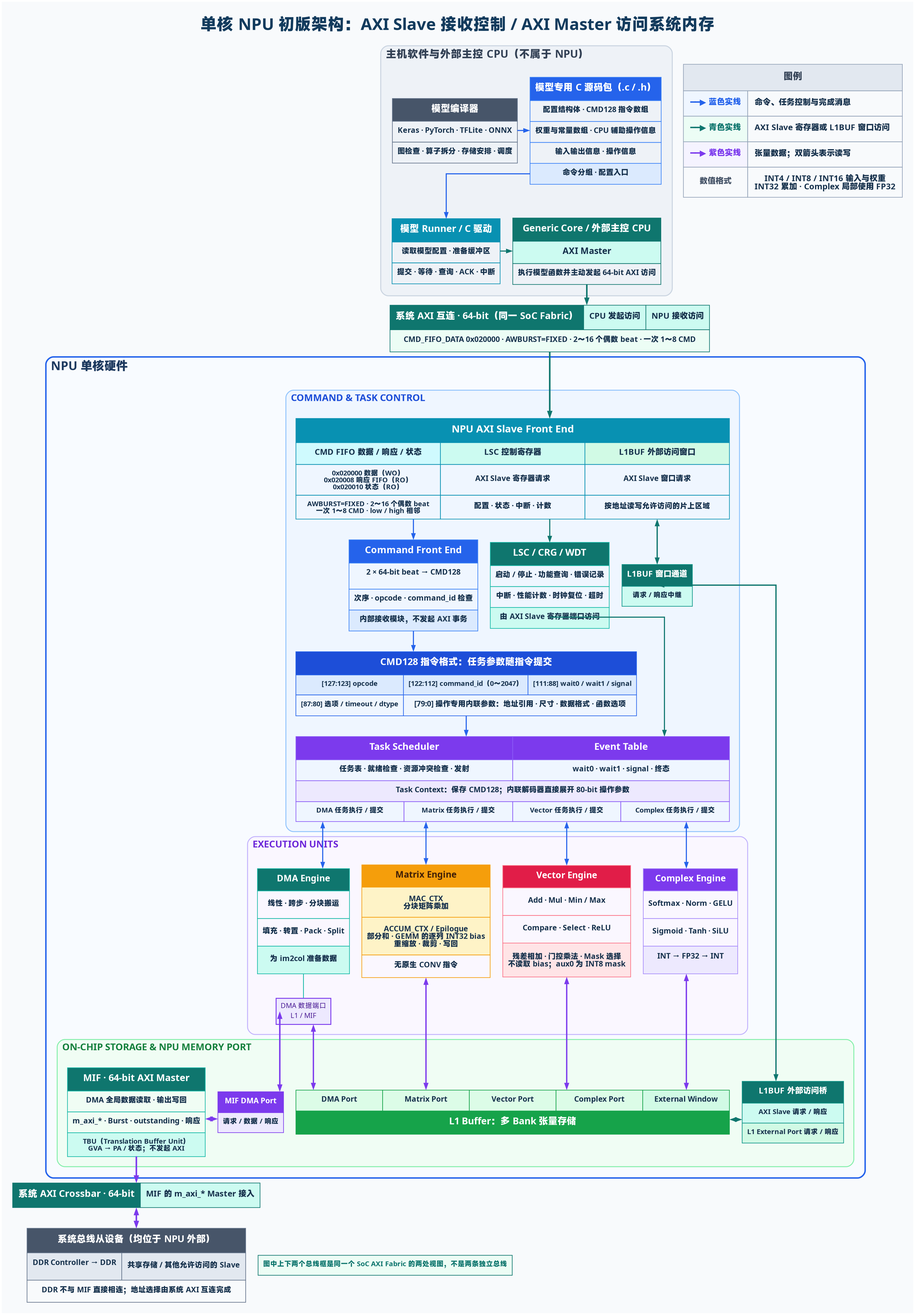
Little-W/Obsidian keeps this Graphviz diagram as NPU/assets/npu_single_core_architecture_ppt.png. Above is the earlier version. Its source is kept beside it as NPU/assets/npu_single_core_architecture_ppt.dot.
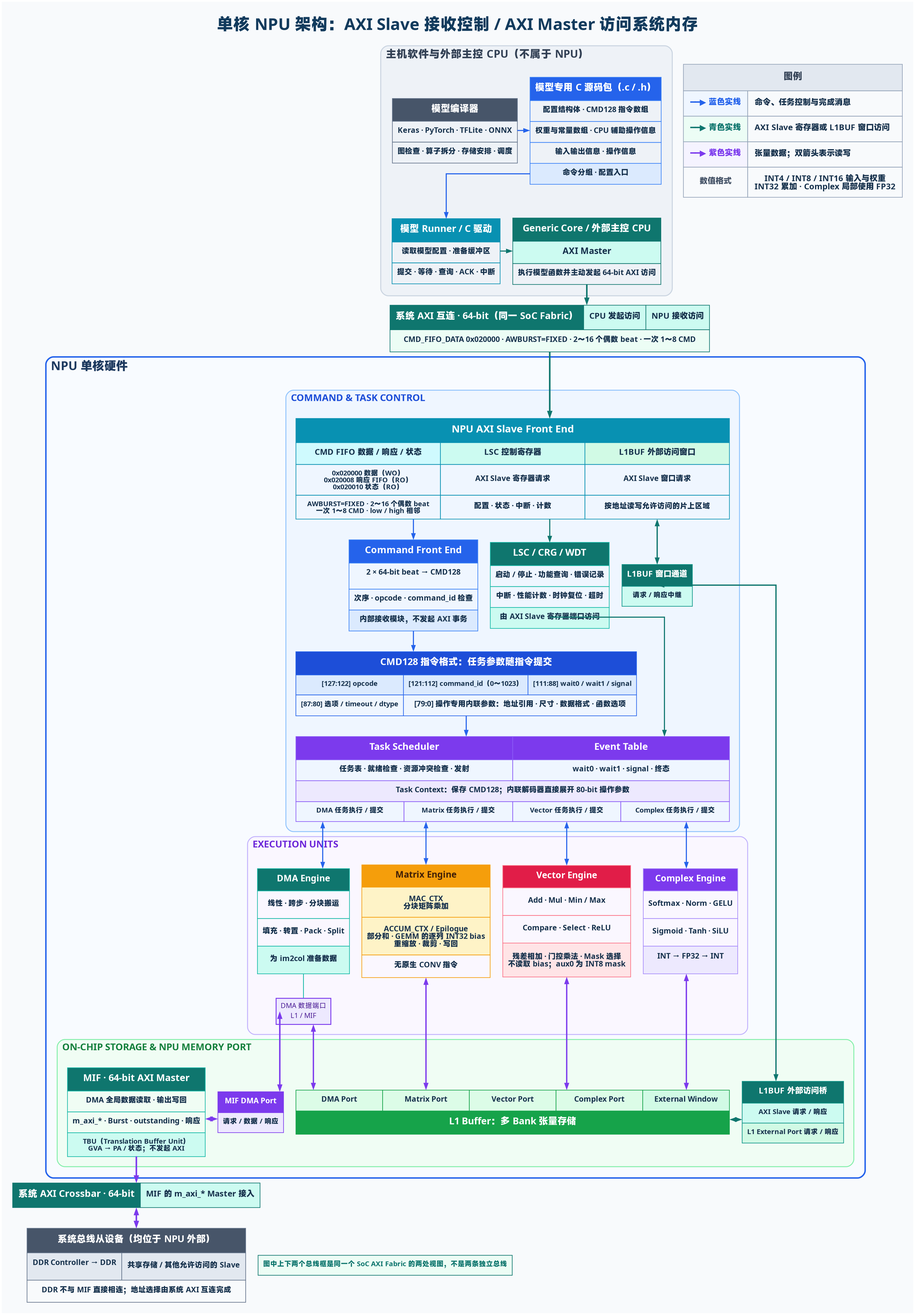
After the commit.

The edit, as a diff of the source:
```diff
@@ -14,7 +14,7 @@
     fontsize=26,
     fontcolor="#123B5D",
     labelloc=t,
-    label=<<B>单核 NPU 初版架构：AXI Slave 接收控制 / AXI Master 访问系统内存</B>>
+    label=<<B>单核 NPU 架构：AXI Slave 接收控制 / AXI Master 访问系统内存</B>>
   ];
 
   node [
@@ -234,8 +234,8 @@
           <TABLE BORDER="0" CELLBORDER="1" CELLSPACING="0" CELLPADDING="7" COLOR="#2563EB">
             <TR><TD COLSPAN="4" BGCOLOR="#1D4ED8" VALIGN="MIDDLE"><FONT FACE="Microsoft YaHei" COLOR="#FFFFFF" POINT-SIZE="15"><B>CMD128 指令格式：任务参数随指令提交</B></FONT></TD></TR>
             <TR>
-              <TD COLSPAN="2" BGCOLOR="#DBEAFE" VALIGN="MIDDLE"><FONT FACE="Microsoft YaHei" POINT-SIZE="11"><B>[127:123] opcode</B></FONT></TD>
-              <TD BGCOLOR="#DBEAFE" VALIGN="MIDDLE"><FONT FACE="Microsoft YaHei" POINT-SIZE="11"><B>[122:112] command_id（0～2047）</B></FONT></TD>
+              <TD COLSPAN="2" BGCOLOR="#DBEAFE" VALIGN="MIDDLE"><FONT FACE="Microsoft YaHei" POINT-SIZE="11"><B>[127:122] opcode</B></FONT></TD>
+              <TD BGCOLOR="#DBEAFE" VALIGN="MIDDLE"><FONT FACE="Microsoft YaHei" POINT-SIZE="11"><B>[121:112] command_id（0～1023）</B></FONT></TD>
               <TD BGCOLOR="#DBEAFE" VALIGN="MIDDLE"><FONT FACE="Microsoft YaHei" POINT-SIZE="11"><B>[111:88] wait0 / wait1 / signal</B></FONT></TD>
             </TR>
             <TR>
```
